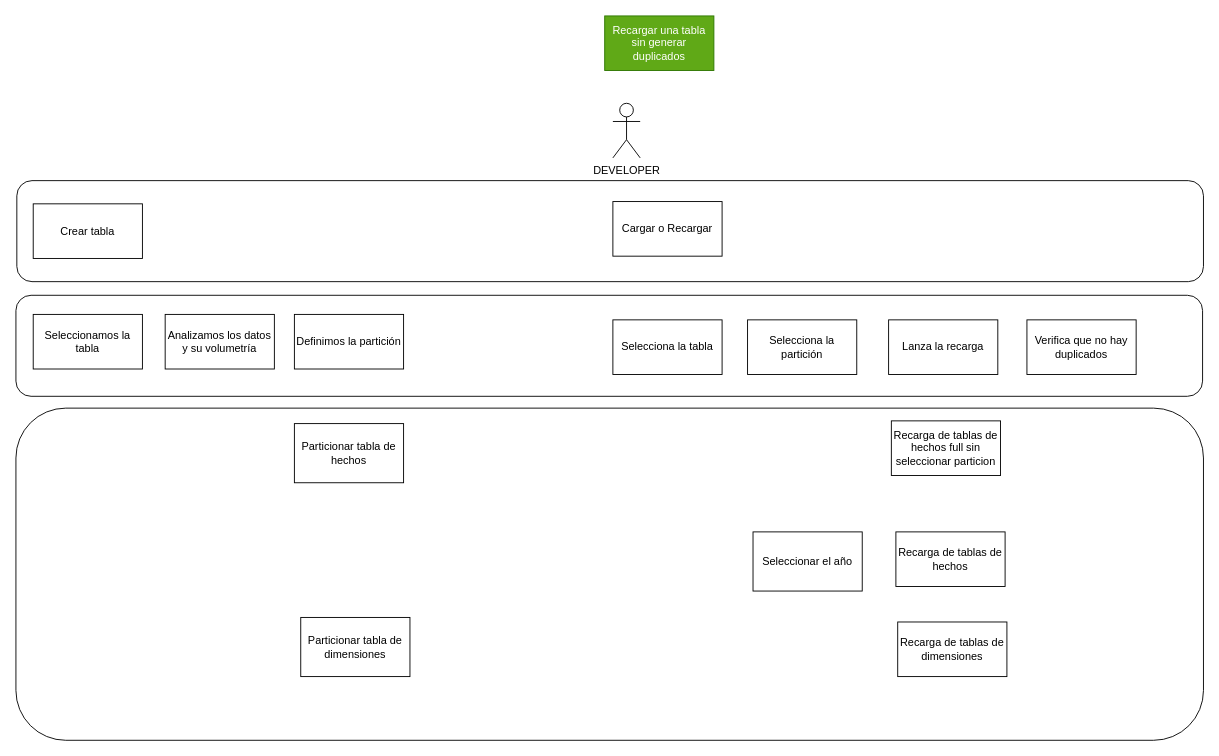
Above: doc/Roadmap.drawio in cperezh/FoodECommerceScraper (draw.io), before the change. Source tidied: cells renumbered, new cells numbered last; positions are measured from the earlier drawing's top-left corner, leaving out a move shared by most shapes. Both pictures are drawn from the tidied source at 91%, with x=0, y=0 at pixel (15, 15).
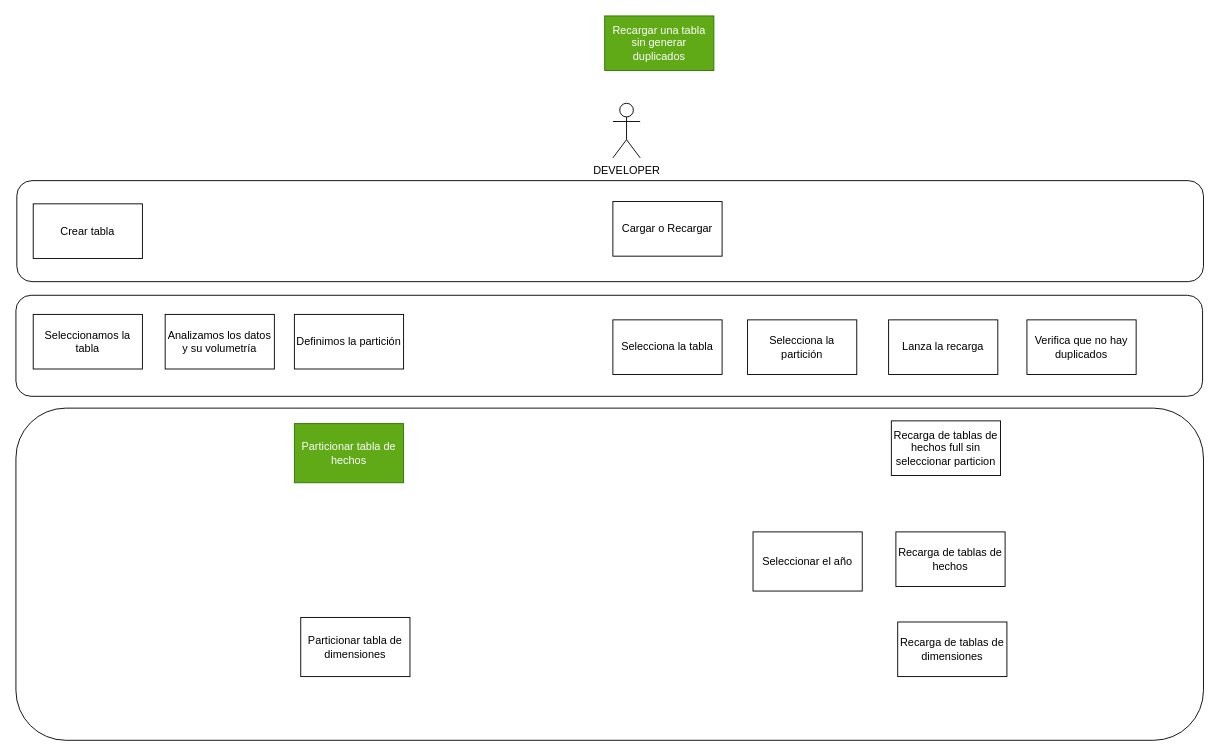
The same diagram, later.

Commit message (it also covers changes not shown here):
Tabla de hechos con borrado por año. Leo el dataset para el año

Change to the diagram source:
```diff
@@
-    <mxCell id="18" value="Particionar tabla de hechos" style="rounded=0;whiteSpace=wrap;html=1;hachureGap=4;" parent="1" vertex="1">
+    <mxCell id="18" value="Particionar tabla de hechos" style="rounded=0;whiteSpace=wrap;html=1;hachureGap=4;fillColor=#60a917;fontColor=#ffffff;strokeColor=#2D7600;" parent="1" vertex="1">
       <mxGeometry x="306" y="448" width="120" height="65" as="geometry" />
     </mxCell>
```
